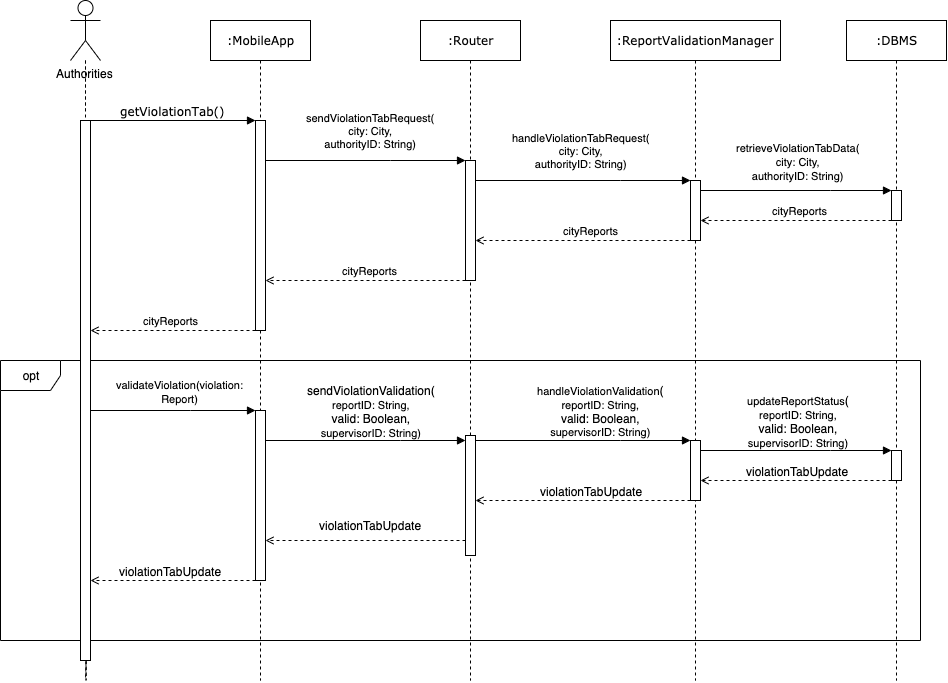
This is Documentation/DD/Images/SequenceDiagramViolationValidation.png from AndreaFalanti/FalantiHuang-SwEngineering2, a draw.io export, as it was before one commit. Source tidied: cells renumbered, new cells last; positions are measured from the earlier drawing's top-left corner, leaving out a move shared by most shapes.
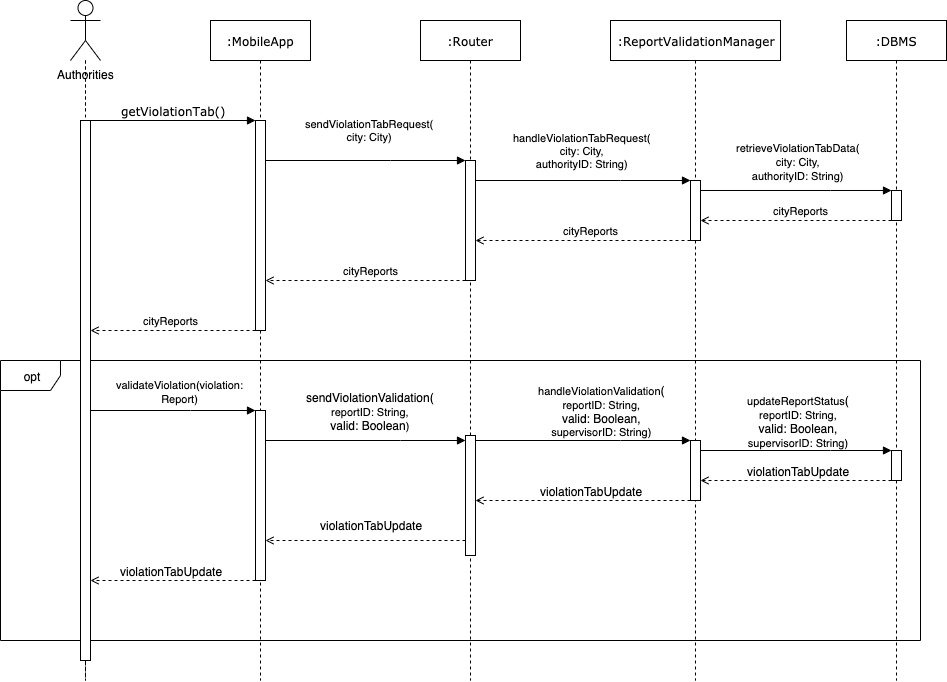
After the change.

The edit, as a diff of the source:
```diff
@@ -74,7 +74,7 @@
         </Array>
       </mxGeometry>
     </mxCell>
-    <mxCell id="21" value="sendViolationValidation(&lt;br&gt;&lt;span style=&quot;font-size: 11px&quot;&gt;reportID:&amp;nbsp;&lt;/span&gt;&lt;span style=&quot;font-size: 11px&quot;&gt;String&lt;/span&gt;&lt;span style=&quot;font-size: 11px&quot;&gt;,&lt;br&gt;&lt;/span&gt;valid: Boolean,&lt;br style=&quot;font-size: 11px&quot;&gt;&lt;span style=&quot;font-size: 11px&quot;&gt;supervisorID: String&lt;/span&gt;&lt;span style=&quot;font-size: 11px&quot;&gt;)&lt;/span&gt;" style="text;html=1;align=center;verticalAlign=middle;labelBackgroundColor=#ffffff;" parent="20" vertex="1">
+    <mxCell id="21" value="sendViolationValidation(&lt;br&gt;&lt;span style=&quot;font-size: 11px&quot;&gt;reportID:&amp;nbsp;&lt;/span&gt;&lt;span style=&quot;font-size: 11px&quot;&gt;String&lt;/span&gt;&lt;span style=&quot;font-size: 11px&quot;&gt;,&lt;br&gt;&lt;/span&gt;valid: Boolean&lt;span style=&quot;font-size: 11px&quot;&gt;)&lt;/span&gt;" style="text;html=1;align=center;verticalAlign=middle;labelBackgroundColor=#ffffff;" parent="20" vertex="1">
       <mxGeometry x="0.35" y="-47" relative="1" as="geometry">
         <mxPoint x="-30.5" y="-77" as="offset" />
       </mxGeometry>
@@ -161,7 +161,7 @@
         </Array>
       </mxGeometry>
     </mxCell>
-    <mxCell id="36" value="sendViolationTabRequest(&lt;br&gt;city: City,&lt;br&gt;authorityID: String)" style="rounded=0;jettySize=auto;html=1;endArrow=block;endFill=1;" parent="1" edge="1" source="4" target="28">
+    <mxCell id="36" value="sendViolationTabRequest(&lt;br&gt;city: City)" style="rounded=0;jettySize=auto;html=1;endArrow=block;endFill=1;" parent="1" edge="1" source="4" target="28">
       <mxGeometry x="0.25" y="36" relative="1" as="geometry">
         <Array as="points">
           <mxPoint x="390" y="160" />
```
